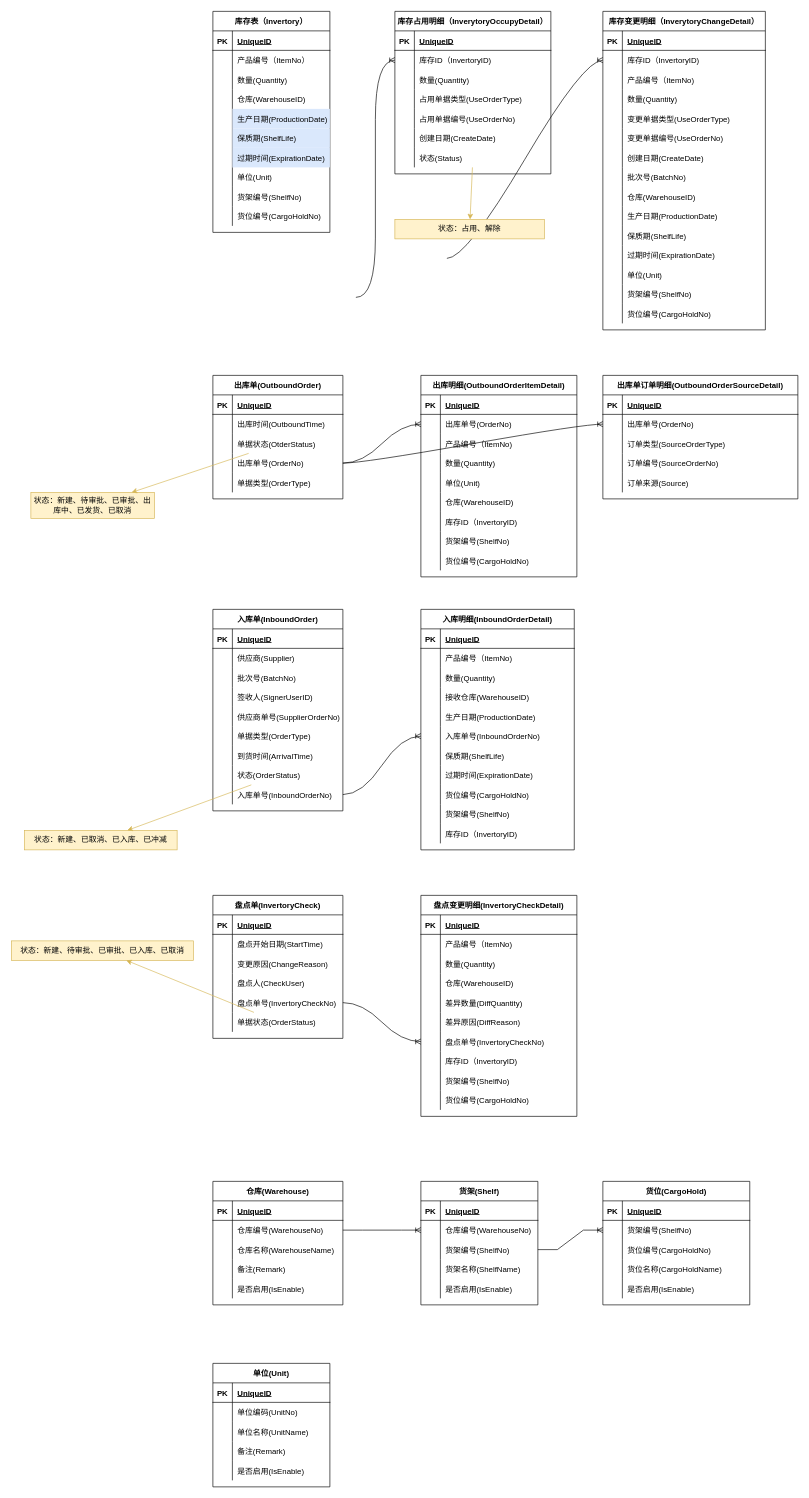
Earlier version of the draw.io diagram 圣千WMS第一版数据库设计.drawio (canonnk/draw.io.repository). Source tidied: cells renumbered, new cells numbered last; positions are measured from the earlier drawing's top-left corner, leaving out a move shared by most shapes. Both pictures are drawn from the tidied source at 65%, with x=0, y=0 at pixel (11, 11).
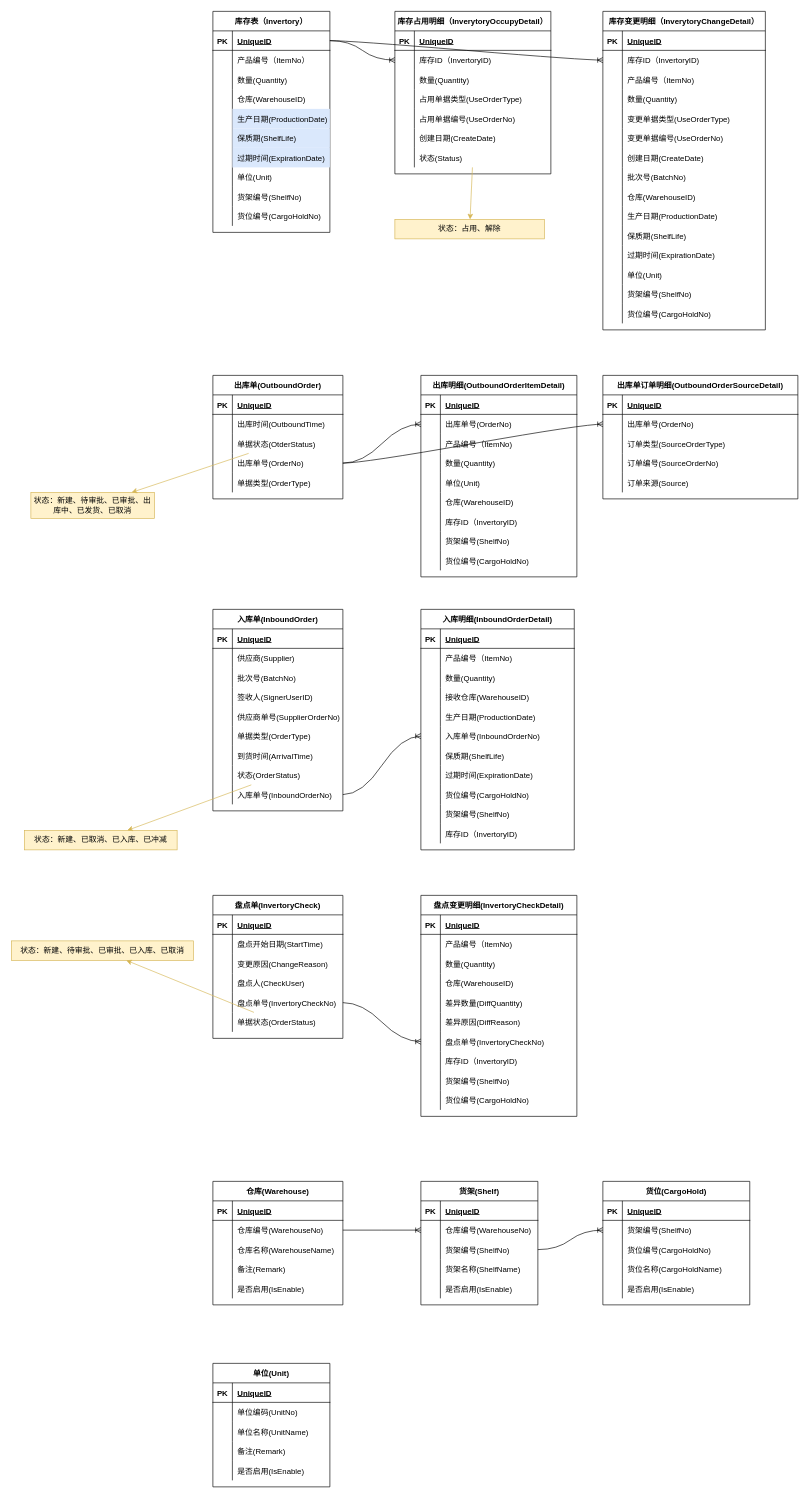
The same diagram, later.

Commit message (it also covers changes not shown here):
更新圣千WMS第一版数据库设计.drawio

Unchanged cells that the change refers to:
```xml
<mxCell id="3" style="shape=partialRectangle;fillColor=none;top=0;left=0;bottom=1;right=0;points=[[0,0.5],[1,0.5]];portConstraint=eastwest;" parent="2" vertex="1">
  <mxGeometry y="30" width="180" height="30" as="geometry" />
</mxCell>
<mxCell id="37" style="shape=partialRectangle;fillColor=none;top=0;left=0;bottom=0;right=0;points=[[0,0.5],[1,0.5]];portConstraint=eastwest;" parent="33" vertex="1">
  <mxGeometry y="60" width="240" height="30" as="geometry" />
</mxCell>
<mxCell id="59" style="shape=partialRectangle;fillColor=none;top=0;left=0;bottom=0;right=0;points=[[0,0.5],[1,0.5]];portConstraint=eastwest;" parent="55" vertex="1">
  <mxGeometry y="60" width="250" height="30" as="geometry" />
</mxCell>
<mxCell id="246" style="shape=partialRectangle;fillColor=none;top=0;left=0;bottom=0;right=0;points=[[0,0.5],[1,0.5]];portConstraint=eastwest;" parent="242" vertex="1">
  <mxGeometry y="60" width="200" height="30" as="geometry" />
</mxCell>
<mxCell id="315" style="shape=partialRectangle;fillColor=none;top=0;left=0;bottom=0;right=0;points=[[0,0.5],[1,0.5]];portConstraint=eastwest;" parent="311" vertex="1">
  <mxGeometry y="60" width="180" height="30" as="geometry" />
</mxCell>
<mxCell id="318" style="shape=partialRectangle;fillColor=none;top=0;left=0;bottom=0;right=0;points=[[0,0.5],[1,0.5]];portConstraint=eastwest;" parent="311" vertex="1">
  <mxGeometry y="90" width="180" height="30" as="geometry" />
</mxCell>
<mxCell id="331" style="shape=partialRectangle;fillColor=none;top=0;left=0;bottom=0;right=0;points=[[0,0.5],[1,0.5]];portConstraint=eastwest;" parent="327" vertex="1">
  <mxGeometry y="60" width="226" height="30" as="geometry" />
</mxCell>
```

What changed in the source:
```diff
@@
-    <mxCell id="260" style="edgeStyle=entityRelationEdgeStyle;fontSize=12;html=1;endArrow=ERoneToMany;curved=1;" parent="1" edge="1" target="37">
-      <mxGeometry relative="1" as="geometry">
-        <mxPoint x="530" y="440" as="sourcePoint" />
-      </mxGeometry>
-    </mxCell>
-    <mxCell id="261" style="edgeStyle=entityRelationEdgeStyle;fontSize=12;html=1;endArrow=ERoneToMany;curved=1;" parent="1" edge="1" target="59">
-      <mxGeometry relative="1" as="geometry">
-        <mxPoint x="670" y="380" as="sourcePoint" />
-      </mxGeometry>
-    </mxCell>
@@
-    <mxCell id="343" style="edgeStyle=entityRelationEdgeStyle;fontSize=12;html=1;endArrow=ERoneToMany;rounded=0;" parent="1" edge="1" source="318" target="331">
+    <mxCell id="343" style="edgeStyle=entityRelationEdgeStyle;fontSize=12;html=1;endArrow=ERoneToMany;curved=1;" parent="1" edge="1" source="318" target="331">
       <mxGeometry relative="1" as="geometry" />
     </mxCell>
-    <mxCell id="344" style="edgeStyle=entityRelationEdgeStyle;fontSize=12;html=1;endArrow=ERoneToMany;rounded=0;" parent="1" edge="1" source="246" target="315">
+    <mxCell id="344" style="edgeStyle=entityRelationEdgeStyle;fontSize=12;html=1;endArrow=ERoneToMany;curved=1;" parent="1" edge="1" source="246" target="315">
       <mxGeometry relative="1" as="geometry" />
     </mxCell>
@@
+    <mxCell id="353" style="edgeStyle=entityRelationEdgeStyle;fontSize=12;html=1;endArrow=ERoneToMany;curved=1;" parent="1" edge="1" source="3" target="37">
+      <mxGeometry relative="1" as="geometry" />
+    </mxCell>
+    <mxCell id="354" style="edgeStyle=entityRelationEdgeStyle;fontSize=12;html=1;endArrow=ERoneToMany;curved=1;" parent="1" edge="1" source="3" target="59">
+      <mxGeometry relative="1" as="geometry" />
+    </mxCell>
```
